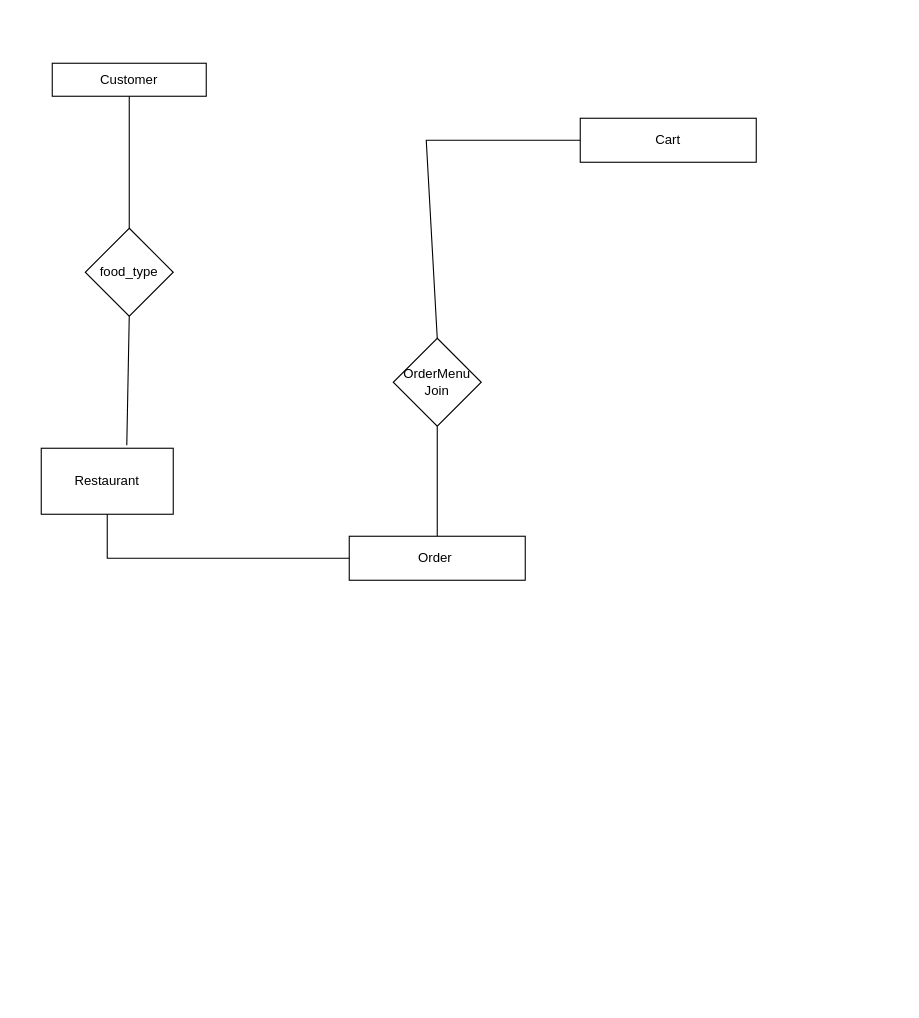
Above: Untitled Diagram.drawio in axif0/370_project (draw.io), before the change. Source tidied: cells renumbered, new cells numbered last; positions are measured from the earlier drawing's top-left corner, leaving out a move shared by most shapes. Both pictures are drawn from the tidied source at 110%, with x=0, y=0 at pixel (41, 63).
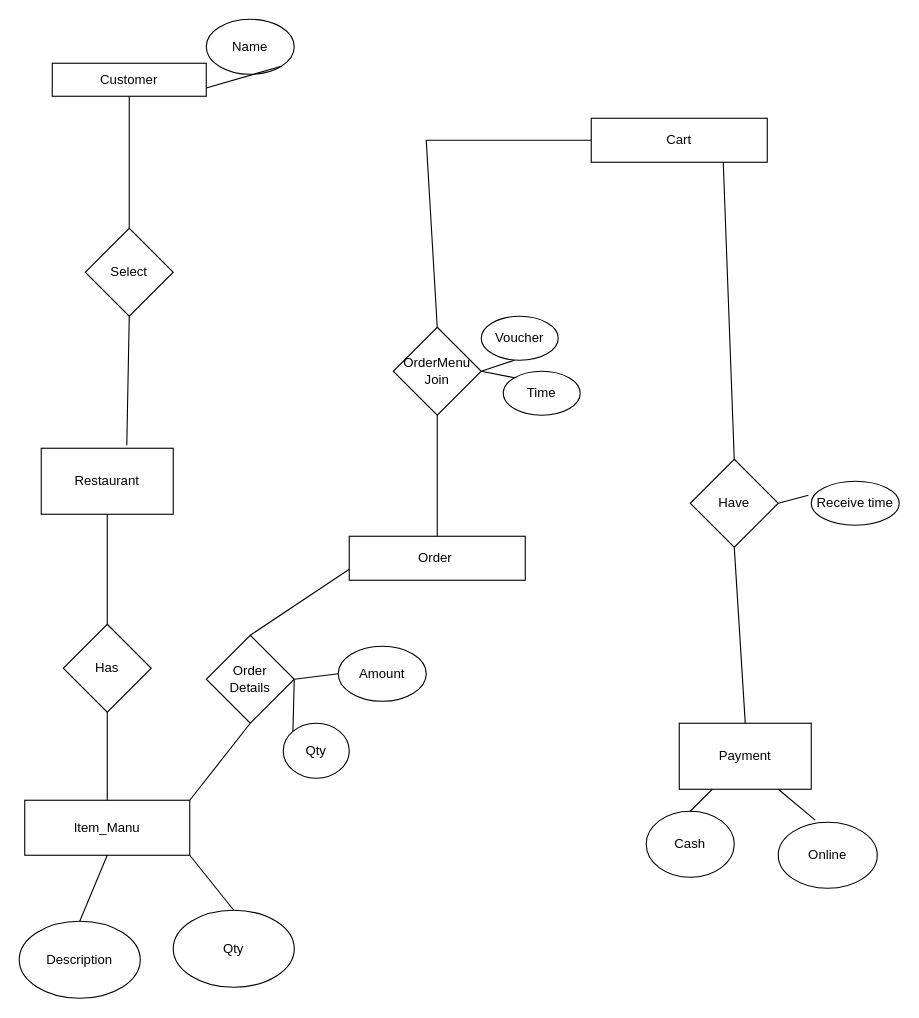
The same diagram, later.

The change refers to these unchanged cells:
```xml
<mxCell id="2" value="Customer" style="rounded=0;whiteSpace=wrap;html=1;" parent="1" vertex="1">
  <mxGeometry x="10" width="140" height="30" as="geometry" />
</mxCell>
<mxCell id="3" value="Order&amp;nbsp;" style="rounded=0;whiteSpace=wrap;html=1;" parent="1" vertex="1">
  <mxGeometry x="280" y="430" width="160" height="40" as="geometry" />
</mxCell>
<mxCell id="10" value="Restaurant" style="rounded=0;whiteSpace=wrap;html=1;" parent="1" vertex="1">
  <mxGeometry y="350" width="120" height="60" as="geometry" />
</mxCell>
```

Change to the diagram source:
```diff
@@
     <mxCell id="4" value="Cart" style="rounded=0;whiteSpace=wrap;html=1;" parent="1" vertex="1">
-      <mxGeometry x="490" y="50" width="160" height="40" as="geometry" />
+      <mxGeometry x="500" y="50" width="160" height="40" as="geometry" />
     </mxCell>
     <mxCell id="5" value="OrderMenu&lt;br&gt;Join" style="rhombus;whiteSpace=wrap;html=1;" parent="1" vertex="1">
-      <mxGeometry x="320" y="250" width="80" height="80" as="geometry" />
+      <mxGeometry x="320" y="240" width="80" height="80" as="geometry" />
     </mxCell>
@@
-    <mxCell id="7" style="endArrow=none;html=1;rounded=0;entryX=0;entryY=0.5;entryDx=0;entryDy=0;exitX=0.5;exitY=0;exitDx=0;exitDy=0;" parent="1" edge="1" source="5">
+    <mxCell id="7" style="endArrow=none;html=1;rounded=0;entryX=0;entryY=0.5;entryDx=0;entryDy=0;exitX=0.5;exitY=0;exitDx=0;exitDy=0;" parent="1" edge="1" source="5" target="4">
       <mxGeometry relative="1" as="geometry">
-        <mxPoint x="490" y="70" as="targetPoint" />
         <Array as="points">
           <mxPoint x="350" y="70" />
         </Array>
       </mxGeometry>
     </mxCell>
-    <mxCell id="8" value="food_type" style="rhombus;whiteSpace=wrap;html=1;" parent="1" vertex="1">
+    <mxCell id="8" value="Select" style="rhombus;whiteSpace=wrap;html=1;" parent="1" vertex="1">
       <mxGeometry x="40" y="150" width="80" height="80" as="geometry" />
     </mxCell>
@@
-    <mxCell id="12" style="endArrow=none;html=1;rounded=0;exitX=0.5;exitY=1;exitDx=0;exitDy=0;entryX=0;entryY=0.5;entryDx=0;entryDy=0;" parent="1" edge="1" source="10" target="3">
-      <mxGeometry relative="1" as="geometry">
-        <Array as="points">
-          <mxPoint x="60" y="450" />
-        </Array>
-      </mxGeometry>
-    </mxCell>
+    <mxCell id="13" value="Have" style="rhombus;whiteSpace=wrap;html=1;" parent="1" vertex="1">
+      <mxGeometry x="590" y="360" width="80" height="80" as="geometry" />
+    </mxCell>
+    <mxCell id="14" value="Payment" style="rounded=0;whiteSpace=wrap;html=1;" parent="1" vertex="1">
+      <mxGeometry x="580" y="600" width="120" height="60" as="geometry" />
+    </mxCell>
+    <mxCell id="15" style="endArrow=none;html=1;rounded=0;entryX=0.5;entryY=1;entryDx=0;entryDy=0;exitX=0.5;exitY=0;exitDx=0;exitDy=0;" parent="1" edge="1" source="14" target="13">
+      <mxGeometry relative="1" as="geometry" />
+    </mxCell>
+    <mxCell id="16" style="endArrow=none;html=1;rounded=0;entryX=0.75;entryY=1;entryDx=0;entryDy=0;exitX=0.5;exitY=0;exitDx=0;exitDy=0;" parent="1" edge="1" source="13" target="4">
+      <mxGeometry relative="1" as="geometry" />
+    </mxCell>
+    <mxCell id="17" value="Receive time" style="ellipse;whiteSpace=wrap;html=1;" parent="1" vertex="1">
+      <mxGeometry x="700" y="380" width="80" height="40" as="geometry" />
+    </mxCell>
+    <mxCell id="18" style="endArrow=none;html=1;rounded=0;entryX=1;entryY=0.5;entryDx=0;entryDy=0;exitX=-0.032;exitY=0.32;exitDx=0;exitDy=0;exitPerimeter=0;" parent="1" edge="1" source="17" target="13">
+      <mxGeometry relative="1" as="geometry" />
+    </mxCell>
+    <mxCell id="19" value="Order&lt;br&gt;Details" style="rhombus;whiteSpace=wrap;html=1;" parent="1" vertex="1">
+      <mxGeometry x="150" y="520" width="80" height="80" as="geometry" />
+    </mxCell>
+    <mxCell id="20" value="Item_Manu" style="rounded=0;whiteSpace=wrap;html=1;" parent="1" vertex="1">
+      <mxGeometry x="-15" y="670" width="150" height="50" as="geometry" />
+    </mxCell>
+    <mxCell id="21" style="endArrow=none;html=1;rounded=0;exitX=0.5;exitY=1;exitDx=0;exitDy=0;entryX=1;entryY=0;entryDx=0;entryDy=0;" parent="1" edge="1" source="19" target="20">
+      <mxGeometry relative="1" as="geometry" />
+    </mxCell>
+    <mxCell id="22" style="endArrow=none;html=1;rounded=0;exitX=0;exitY=0.75;exitDx=0;exitDy=0;entryX=0.5;entryY=0;entryDx=0;entryDy=0;" parent="1" edge="1" source="3" target="19">
+      <mxGeometry relative="1" as="geometry" />
+    </mxCell>
+    <mxCell id="23" value="Has" style="rhombus;whiteSpace=wrap;html=1;" parent="1" vertex="1">
+      <mxGeometry x="20" y="510" width="80" height="80" as="geometry" />
+    </mxCell>
+    <mxCell id="24" style="endArrow=none;html=1;rounded=0;entryX=0.5;entryY=1;entryDx=0;entryDy=0;" parent="1" edge="1" source="23" target="10">
+      <mxGeometry relative="1" as="geometry">
+        <Array as="points">
+          <mxPoint x="60" y="470" />
+        </Array>
+      </mxGeometry>
+    </mxCell>
+    <mxCell id="25" style="endArrow=none;html=1;rounded=0;entryX=0.5;entryY=1;entryDx=0;entryDy=0;" parent="1" edge="1" target="23">
+      <mxGeometry relative="1" as="geometry">
+        <mxPoint x="60" y="670" as="sourcePoint" />
+      </mxGeometry>
+    </mxCell>
+    <mxCell id="26" value="Name" style="ellipse;whiteSpace=wrap;html=1;" parent="1" vertex="1">
+      <mxGeometry x="150" y="-40" width="80" height="50" as="geometry" />
+    </mxCell>
+    <mxCell id="27" value="Voucher" style="ellipse;whiteSpace=wrap;html=1;" parent="1" vertex="1">
+      <mxGeometry x="400" y="230" width="70" height="40" as="geometry" />
+    </mxCell>
+    <mxCell id="28" style="endArrow=none;html=1;rounded=0;exitX=1;exitY=0.5;exitDx=0;exitDy=0;" parent="1" edge="1" source="5">
+      <mxGeometry relative="1" as="geometry">
+        <mxPoint x="430" y="270" as="targetPoint" />
+      </mxGeometry>
+    </mxCell>
+    <mxCell id="29" style="endArrow=none;html=1;rounded=0;entryX=1;entryY=1;entryDx=0;entryDy=0;exitX=1;exitY=0.75;exitDx=0;exitDy=0;" parent="1" edge="1" source="2" target="26">
+      <mxGeometry relative="1" as="geometry" />
+    </mxCell>
+    <mxCell id="30" value="Amount" style="ellipse;whiteSpace=wrap;html=1;fontColor=none;" parent="1" vertex="1">
+      <mxGeometry x="270" y="530" width="80" height="50" as="geometry" />
+    </mxCell>
+    <mxCell id="31" style="endArrow=none;html=1;rounded=0;fontColor=none;exitX=1;exitY=0.5;exitDx=0;exitDy=0;entryX=0;entryY=0.5;entryDx=0;entryDy=0;" parent="1" edge="1" source="19" target="30">
+      <mxGeometry relative="1" as="geometry" />
+    </mxCell>
+    <mxCell id="32" value="Qty" style="ellipse;whiteSpace=wrap;html=1;fontColor=none;" parent="1" vertex="1">
+      <mxGeometry x="220" y="600" width="60" height="50" as="geometry" />
+    </mxCell>
+    <mxCell id="33" style="endArrow=none;html=1;rounded=0;fontColor=none;exitX=1;exitY=0.5;exitDx=0;exitDy=0;entryX=0;entryY=0;entryDx=0;entryDy=0;" parent="1" edge="1" source="19" target="32">
+      <mxGeometry relative="1" as="geometry" />
+    </mxCell>
+    <mxCell id="34" value="Cash" style="ellipse;whiteSpace=wrap;html=1;fontColor=none;" parent="1" vertex="1">
+      <mxGeometry x="550" y="680" width="80" height="60" as="geometry" />
+    </mxCell>
+    <mxCell id="35" value="Online" style="ellipse;whiteSpace=wrap;html=1;fontColor=none;" parent="1" vertex="1">
+      <mxGeometry x="670" y="690" width="90" height="60" as="geometry" />
+    </mxCell>
+    <mxCell id="36" style="endArrow=none;html=1;rounded=0;fontColor=none;entryX=0.75;entryY=1;entryDx=0;entryDy=0;exitX=0.374;exitY=-0.033;exitDx=0;exitDy=0;exitPerimeter=0;" parent="1" edge="1" source="35" target="14">
+      <mxGeometry relative="1" as="geometry" />
+    </mxCell>
+    <mxCell id="37" style="endArrow=none;html=1;rounded=0;fontColor=none;entryX=0.25;entryY=1;entryDx=0;entryDy=0;exitX=0.5;exitY=0;exitDx=0;exitDy=0;" parent="1" edge="1" source="34" target="14">
+      <mxGeometry relative="1" as="geometry" />
+    </mxCell>
+    <mxCell id="38" value="Description" style="ellipse;whiteSpace=wrap;html=1;fontColor=none;" parent="1" vertex="1">
+      <mxGeometry x="-20" y="780" width="110" height="70" as="geometry" />
+    </mxCell>
+    <mxCell id="39" value="Qty" style="ellipse;whiteSpace=wrap;html=1;fontColor=none;" parent="1" vertex="1">
+      <mxGeometry x="120" y="770" width="110" height="70" as="geometry" />
+    </mxCell>
+    <mxCell id="40" style="endArrow=none;html=1;rounded=0;fontColor=none;exitX=0.5;exitY=1;exitDx=0;exitDy=0;entryX=0.5;entryY=0;entryDx=0;entryDy=0;" parent="1" edge="1" source="20" target="38">
+      <mxGeometry relative="1" as="geometry" />
+    </mxCell>
+    <mxCell id="41" style="endArrow=none;html=1;rounded=0;fontColor=none;exitX=1;exitY=1;exitDx=0;exitDy=0;entryX=0.5;entryY=0;entryDx=0;entryDy=0;" parent="1" edge="1" source="20" target="39">
+      <mxGeometry relative="1" as="geometry" />
+    </mxCell>
+    <mxCell id="42" value="Time" style="ellipse;whiteSpace=wrap;html=1;" parent="1" vertex="1">
+      <mxGeometry x="420" y="280" width="70" height="40" as="geometry" />
+    </mxCell>
+    <mxCell id="43" style="endArrow=none;html=1;rounded=0;exitX=1;exitY=0.5;exitDx=0;exitDy=0;entryX=0;entryY=0;entryDx=0;entryDy=0;" parent="1" edge="1" source="5" target="42">
+      <mxGeometry relative="1" as="geometry" />
+    </mxCell>
```
